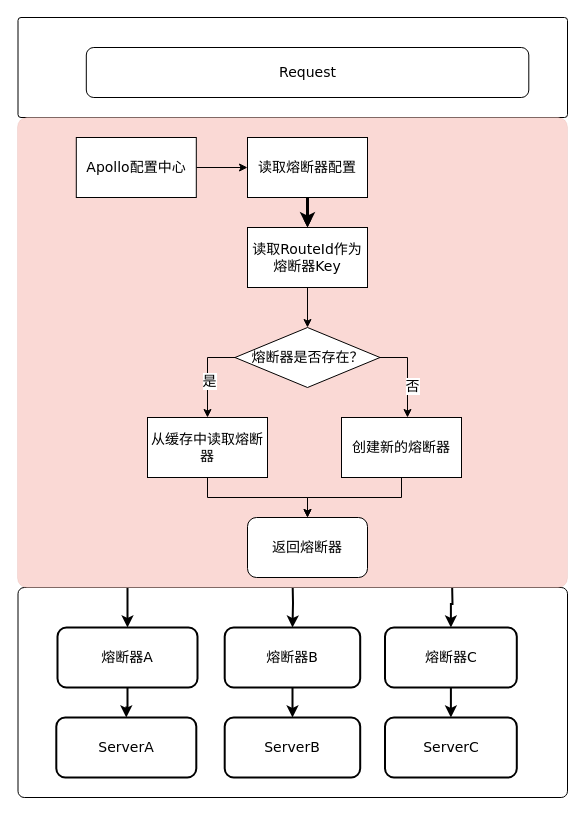
Earlier version of the draw.io diagram page "网关熔断" (12 of 12) of Untitled Diagram.drawio (maxuewen/draw.io). Source tidied: cells renumbered, new cells numbered last; positions are measured from the earlier drawing's top-left corner, leaving out a move shared by most shapes. Both pictures are drawn from the tidied source at 100%, with x=0, y=0 at pixel (17, 17).
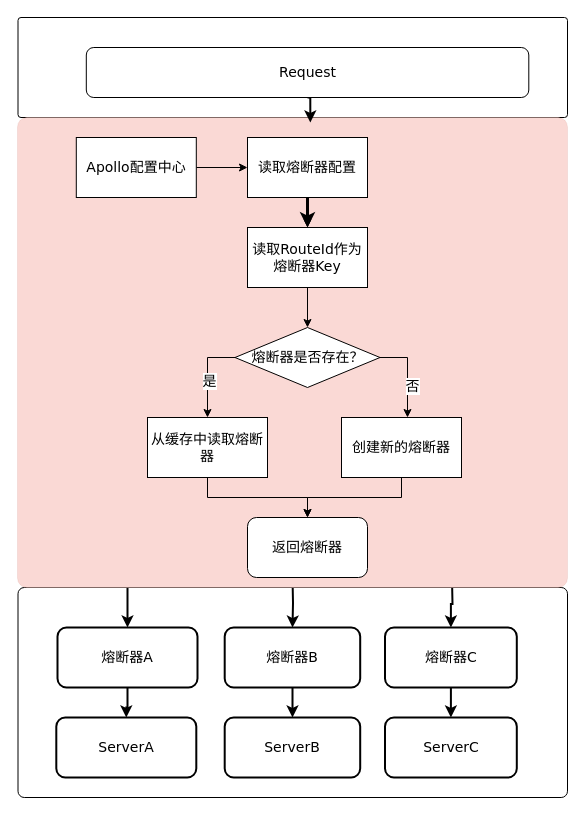
The same diagram, later.

Unchanged cells that the change refers to:
```xml
<mxCell id="2" style="rounded=1;whiteSpace=wrap;html=1;arcSize=3;" parent="1" vertex="1">
  <mxGeometry x="0.5" width="549.5" height="100" as="geometry" />
</mxCell>
<mxCell id="25" value="Request" style="rounded=1;whiteSpace=wrap;html=1;labelBackgroundColor=none;fontFamily=Verdana;fontSize=14;strokeWidth=1;" parent="1" vertex="1">
  <mxGeometry x="68.8" y="30" width="442.5" height="50" as="geometry" />
</mxCell>
```

The edit, as a diff of the source:
```diff
@@
+    <mxCell id="35" style="edgeStyle=orthogonalEdgeStyle;rounded=0;jettySize=auto;html=1;exitX=0.5;exitY=1;exitDx=0;exitDy=0;entryX=0.532;entryY=1.05;entryDx=0;entryDy=0;entryPerimeter=0;strokeWidth=2;" parent="1" edge="1" source="25" target="2">
+      <mxGeometry relative="1" as="geometry" />
+    </mxCell>
```
